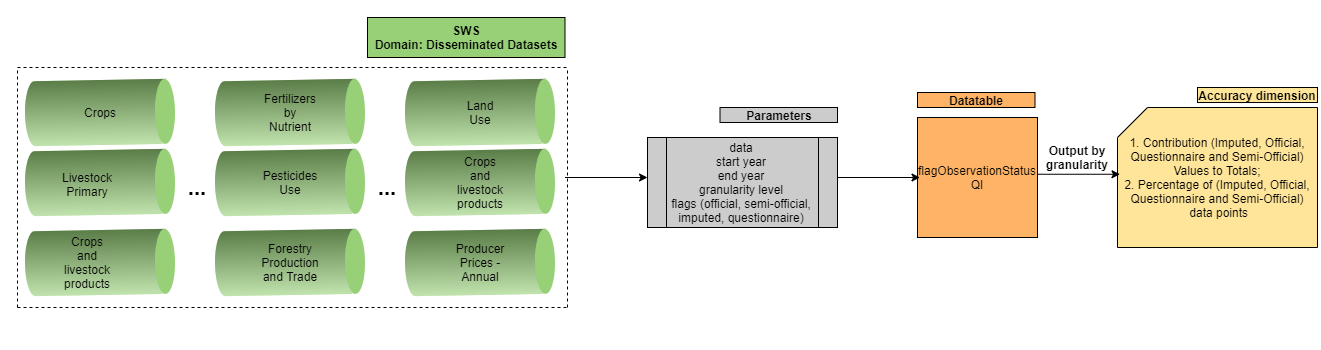
Before: docs/images/getAccuracy.png, a diagram exported from draw.io (SWS-Methodology/faoswsQualityIndicators). Source tidied: cells renumbered, new cells last; positions are measured from the earlier drawing's top-left corner, leaving out a move shared by most shapes.
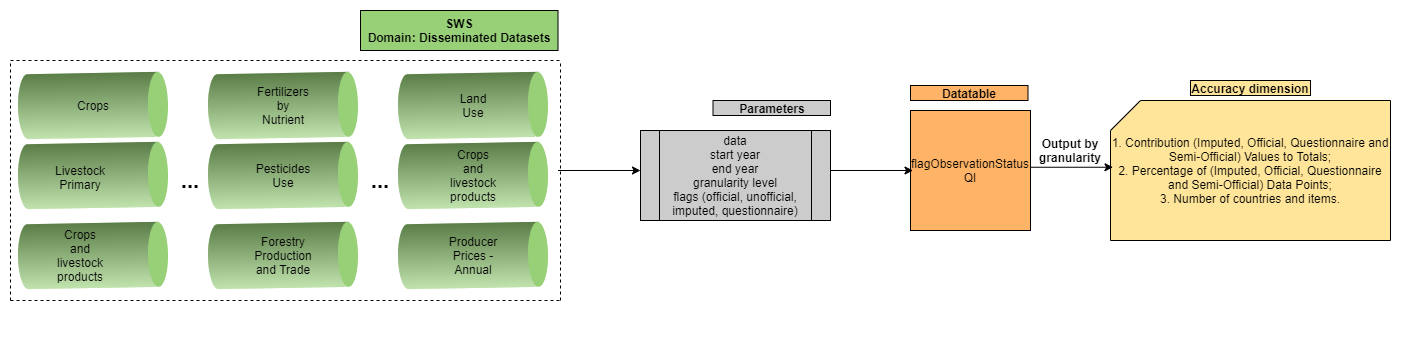
After the commit.

The edit, as a diff of the source:
```diff
@@ -127,7 +127,7 @@
         <mxPoint x="630" y="310" as="targetPoint" />
       </mxGeometry>
     </mxCell>
-    <mxCell id="35" value="data&lt;br&gt;start year&lt;br&gt;end year&lt;br&gt;granularity level&lt;br&gt;flags (official, semi-official, imputed, questionnaire)" style="shape=process;whiteSpace=wrap;html=1;backgroundOutline=1;fillColor=#CCCCCC;" parent="1" vertex="1">
+    <mxCell id="35" value="data&lt;br&gt;start year&lt;br&gt;end year&lt;br&gt;granularity level&lt;br&gt;flags (official, unofficial, imputed, questionnaire)" style="shape=process;whiteSpace=wrap;html=1;backgroundOutline=1;fillColor=#CCCCCC;" parent="1" vertex="1">
       <mxGeometry x="630" y="270" width="190" height="90" as="geometry" />
     </mxCell>
     <mxCell id="36" value="&lt;b&gt;Parameters&lt;/b&gt;" style="text;html=1;strokeColor=#000000;align=center;verticalAlign=middle;whiteSpace=wrap;rounded=0;fillColor=#CCCCCC;" parent="1" vertex="1">
@@ -145,8 +145,8 @@
         <mxPoint x="902.5" y="310" as="targetPoint" />
       </mxGeometry>
     </mxCell>
-    <mxCell id="40" value="1. Contribution (Imputed, Official, Questionnaire and Semi-Official) Values to Totals;&lt;br&gt;2. Percentage of (Imputed, Official, Questionnaire and Semi-Official)&lt;br&gt;&amp;nbsp;data points" style="shape=card;whiteSpace=wrap;html=1;fillColor=#FFE599;" parent="1" vertex="1">
-      <mxGeometry x="1100" y="240" width="200" height="140" as="geometry" />
+    <mxCell id="40" value="1. Contribution (Imputed, Official, Questionnaire and Semi-Official) Values to Totals;&lt;br&gt;2. Percentage of (Imputed, Official, Questionnaire and Semi-Official)&amp;nbsp;Data Points;&lt;br&gt;3. Number of countries and items." style="shape=card;whiteSpace=wrap;html=1;fillColor=#FFE599;" parent="1" vertex="1">
+      <mxGeometry x="1100" y="240" width="280" height="140" as="geometry" />
     </mxCell>
     <mxCell id="41" style="endArrow=classic;html=1;" parent="1" edge="1">
       <mxGeometry relative="1" as="geometry">
```
